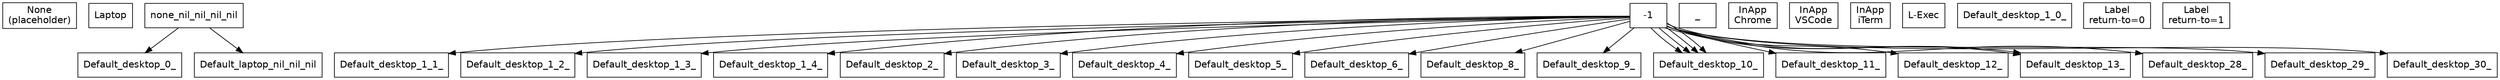
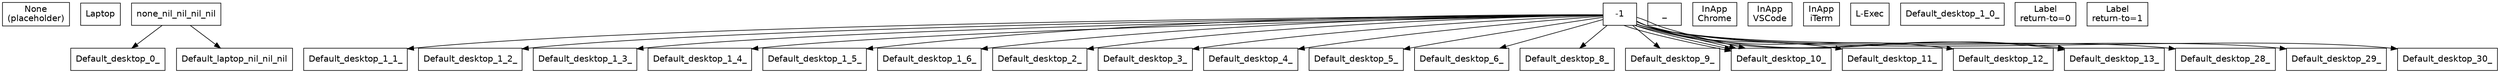
// State space visualization
// Generated by scripts/generate/states.bb
digraph states {
  rankdir=TB;
  node [shape=box, fontname="Helvetica"];

  // States
  None_nil_nil_nil_nil_nil [label="None\n(placeholder)"];
  Default_laptop_nil_nil_nil_nil [label="Laptop"];
  Default_desktop_0_-1_-1_Chrome [label="Normal\nChrome"];
  Default_desktop_0_-1_-1_VSCode [label="Normal\nVSCode"];
  Default_desktop_0_-1_-1_iTerm [label="Normal\niTerm"];
  Default_desktop_0_-1_-1_nil [label="Normal"];
  Default_desktop_1_0_-1_nil [label="Ins\nsubmode=0"];
  Default_desktop_1_1_-1_nil [label="Ins\nsubmode=1"];
  Default_desktop_1_2_-1_nil [label="Ins\nsubmode=2"];
  Default_desktop_1_3_-1_nil [label="Ins\nsubmode=3"];
  Default_desktop_1_4_-1_nil [label="Ins\nsubmode=4"];
+   Default_desktop_1_5_-1_nil [label="Ins\nsubmode=5"];
+   Default_desktop_1_6_-1_nil [label="Ins\nsubmode=6"];
  Default_desktop_2_-1_-1_nil [label="Nav"];
  Default_desktop_3_-1_-1_nil [label="Chrome"];
  Default_desktop_4_-1_-1_nil [label="VSCode"];
  Default_desktop_5_-1_-1_nil [label="TMUX"];
  Default_desktop_6_-1_-1_nil [label="Comma"];
  Default_desktop_8_-1_-1_nil [label="Term"];
  Default_desktop_9_-1_-1_nil [label="Admin"];
  Default_desktop_10_-1_-1_Chrome [label="InApp\nChrome"];
  Default_desktop_10_-1_-1_VSCode [label="InApp\nVSCode"];
  Default_desktop_10_-1_-1_iTerm [label="InApp\niTerm"];
  Default_desktop_10_-1_-1_nil [label="InApp"];
  Default_desktop_11_-1_-1_nil [label="AppSwitcher"];
  Default_desktop_12_-1_-1_nil [label="WindowSwitcher"];
  Default_desktop_13_-1_0_nil [label="Label\nreturn-to=0"];
  Default_desktop_13_-1_1_nil [label="Label\nreturn-to=1"];
  Default_desktop_28_-1_-1_nil [label="Grid"];
  Default_desktop_29_-1_-1_nil [label="L-Entry"];
  Default_desktop_30_-1_-1_nil [label="L-Exec"];

  // Hierarchy edges (parent -> child)
  none_nil_nil_nil_nil -> Default_laptop_nil_nil_nil;
  none_nil_nil_nil_nil -> Default_desktop_0_-1_-1;





  Default_desktop_1_0_-1 -> Default_desktop_1_1_-1_nil;
  Default_desktop_1_0_-1 -> Default_desktop_1_2_-1_nil;
  Default_desktop_1_0_-1 -> Default_desktop_1_3_-1_nil;
  Default_desktop_1_0_-1 -> Default_desktop_1_4_-1_nil;
+   Default_desktop_1_0_-1 -> Default_desktop_1_5_-1_nil;
+   Default_desktop_1_0_-1 -> Default_desktop_1_6_-1_nil;
  Default_desktop_0_-1_-1 -> Default_desktop_2_-1_-1_nil;
  Default_desktop_0_-1_-1 -> Default_desktop_3_-1_-1_nil;
  Default_desktop_0_-1_-1 -> Default_desktop_4_-1_-1_nil;
  Default_desktop_0_-1_-1 -> Default_desktop_5_-1_-1_nil;
  Default_desktop_0_-1_-1 -> Default_desktop_6_-1_-1_nil;
  Default_desktop_0_-1_-1 -> Default_desktop_8_-1_-1_nil;
  Default_desktop_0_-1_-1 -> Default_desktop_9_-1_-1_nil;
  Default_desktop_0_-1_-1 -> Default_desktop_10_-1_-1_Chrome;
  Default_desktop_0_-1_-1 -> Default_desktop_10_-1_-1_VSCode;
  Default_desktop_0_-1_-1 -> Default_desktop_10_-1_-1_iTerm;
  Default_desktop_0_-1_-1 -> Default_desktop_10_-1_-1_nil;
  Default_desktop_0_-1_-1 -> Default_desktop_11_-1_-1_nil;
  Default_desktop_0_-1_-1 -> Default_desktop_12_-1_-1_nil;
  Default_desktop_0_-1_-1 -> Default_desktop_13_-1_0_nil;
  Default_desktop_0_-1_-1 -> Default_desktop_13_-1_1_nil;
  Default_desktop_0_-1_-1 -> Default_desktop_28_-1_-1_nil;
  Default_desktop_0_-1_-1 -> Default_desktop_29_-1_-1_nil;
  Default_desktop_0_-1_-1 -> Default_desktop_30_-1_-1_nil;
}
